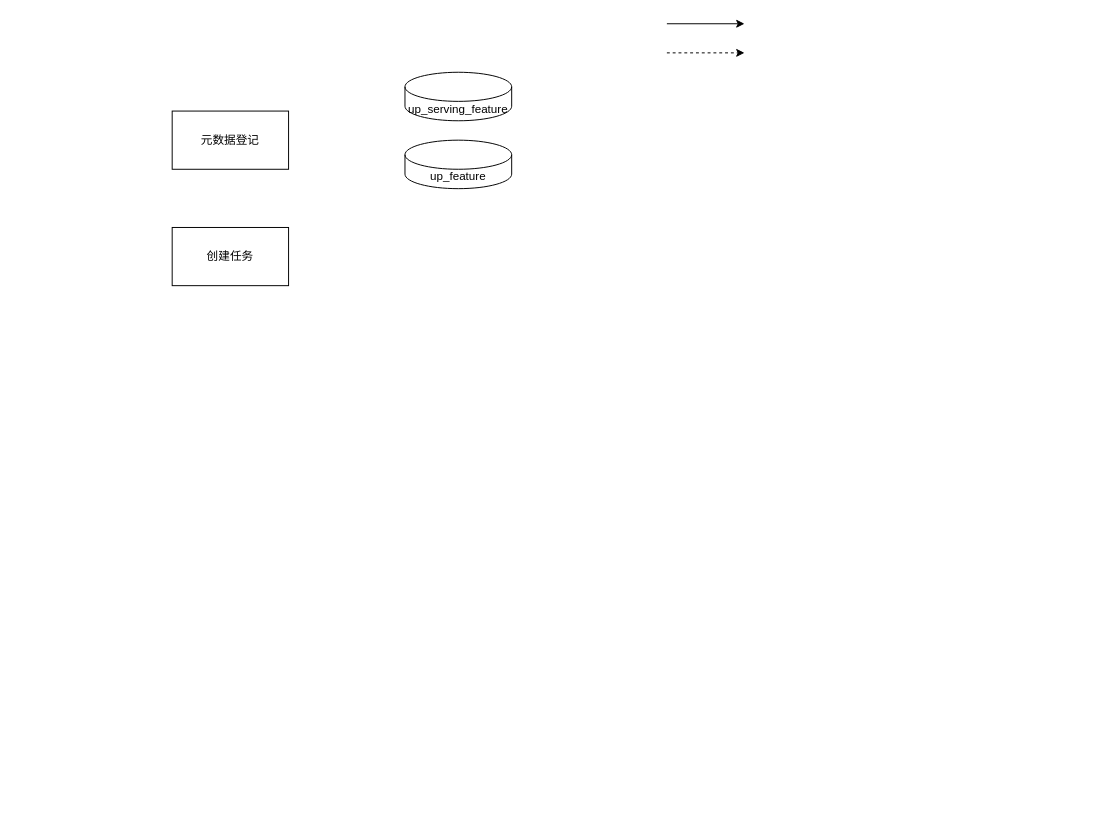
Earlier version of the draw.io diagram control_data_flow_of_writer.drawio (learn2Pro/draw_io_save). Source tidied: cells renumbered, new cells numbered last; positions are measured from the earlier drawing's top-left corner, leaving out a move shared by most shapes. Both pictures are drawn from the tidied source at 97%, with x=0, y=0 at pixel (172, 23).
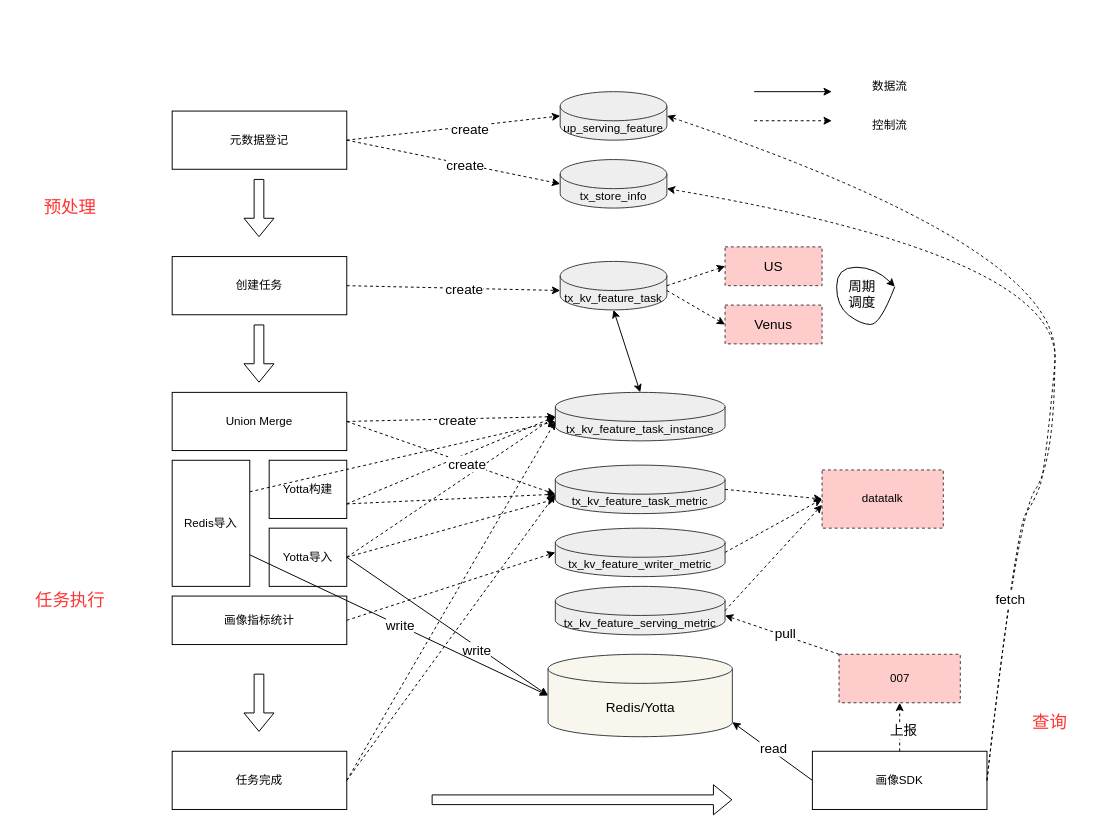
After the change.

The edit, as a diff of the source:
```diff
@@
     <mxCell id="2" value="创建任务" style="rounded=0;whiteSpace=wrap;html=1;" parent="1" vertex="1">
-      <mxGeometry y="210" width="120" height="60" as="geometry" />
+      <mxGeometry y="240" width="180" height="60" as="geometry" />
     </mxCell>
     <mxCell id="3" value="元数据登记" style="rounded=0;whiteSpace=wrap;html=1;" parent="1" vertex="1">
-      <mxGeometry y="90" width="120" height="60" as="geometry" />
+      <mxGeometry y="90" width="180" height="60" as="geometry" />
     </mxCell>
-    <mxCell id="4" value="up_serving_feature" style="shape=cylinder3;whiteSpace=wrap;html=1;boundedLbl=1;backgroundOutline=1;size=15;" parent="1" vertex="1">
-      <mxGeometry x="240" y="50" width="110" height="50" as="geometry" />
+    <mxCell id="4" value="up_serving_feature" style="shape=cylinder3;whiteSpace=wrap;html=1;boundedLbl=1;backgroundOutline=1;size=15;fillColor=#eeeeee;strokeColor=#36393d;" parent="1" vertex="1">
+      <mxGeometry x="400" y="70" width="110" height="50" as="geometry" />
     </mxCell>
-    <mxCell id="5" value="up_feature" style="shape=cylinder3;whiteSpace=wrap;html=1;boundedLbl=1;backgroundOutline=1;size=15;" parent="1" vertex="1">
-      <mxGeometry x="240" y="120" width="110" height="50" as="geometry" />
+    <mxCell id="5" value="tx_store_info" style="shape=cylinder3;whiteSpace=wrap;html=1;boundedLbl=1;backgroundOutline=1;size=15;fillColor=#eeeeee;strokeColor=#36393d;" parent="1" vertex="1">
+      <mxGeometry x="400" y="140" width="110" height="50" as="geometry" />
     </mxCell>
     <mxCell id="6" style="endArrow=classic;html=1;rounded=0;" parent="1" edge="1">
       <mxGeometry relative="1" as="geometry">
-        <mxPoint x="510" as="sourcePoint" />
-        <mxPoint x="590" as="targetPoint" />
+        <mxPoint x="600" y="70" as="sourcePoint" />
+        <mxPoint x="680" y="70" as="targetPoint" />
       </mxGeometry>
     </mxCell>
     <mxCell id="7" style="endArrow=classic;html=1;rounded=0;dashed=1;" parent="1" edge="1">
       <mxGeometry relative="1" as="geometry">
-        <mxPoint x="510" y="30" as="sourcePoint" />
-        <mxPoint x="590" y="30" as="targetPoint" />
+        <mxPoint x="600" y="100" as="sourcePoint" />
+        <mxPoint x="680" y="100" as="targetPoint" />
       </mxGeometry>
     </mxCell>
+    <mxCell id="8" value="数据流" style="text;html=1;strokeColor=none;fillColor=none;align=center;verticalAlign=middle;whiteSpace=wrap;rounded=0;" parent="1" vertex="1">
+      <mxGeometry x="710" y="50" width="60" height="30" as="geometry" />
+    </mxCell>
+    <mxCell id="9" value="控制流" style="text;html=1;strokeColor=none;fillColor=none;align=center;verticalAlign=middle;whiteSpace=wrap;rounded=0;" parent="1" vertex="1">
+      <mxGeometry x="710" y="90" width="60" height="30" as="geometry" />
+    </mxCell>
+    <mxCell id="10" value="Redis导入" style="rounded=0;whiteSpace=wrap;html=1;" parent="1" vertex="1">
+      <mxGeometry y="450" width="80" height="130" as="geometry" />
+    </mxCell>
+    <mxCell id="11" value="Union Merge" style="rounded=0;whiteSpace=wrap;html=1;" parent="1" vertex="1">
+      <mxGeometry y="380" width="180" height="60" as="geometry" />
+    </mxCell>
+    <mxCell id="12" value="Yotta构建" style="rounded=0;whiteSpace=wrap;html=1;" parent="1" vertex="1">
+      <mxGeometry x="100" y="450" width="80" height="60" as="geometry" />
+    </mxCell>
+    <mxCell id="13" value="Yotta导入" style="rounded=0;whiteSpace=wrap;html=1;" parent="1" vertex="1">
+      <mxGeometry x="100" y="520" width="80" height="60" as="geometry" />
+    </mxCell>
+    <mxCell id="14" style="shape=flexArrow;endArrow=classic;html=1;rounded=0;" parent="1" edge="1">
+      <mxGeometry relative="1" as="geometry">
+        <mxPoint x="89.5" y="160" as="sourcePoint" />
+        <mxPoint x="89.5" y="220" as="targetPoint" />
+      </mxGeometry>
+    </mxCell>
+    <mxCell id="15" style="shape=flexArrow;endArrow=classic;html=1;rounded=0;" parent="1" edge="1">
+      <mxGeometry relative="1" as="geometry">
+        <mxPoint x="89.5" y="310" as="sourcePoint" />
+        <mxPoint x="89.5" y="370" as="targetPoint" />
+      </mxGeometry>
+    </mxCell>
+    <mxCell id="16" value="&lt;font style=&quot;font-size: 18px;&quot;&gt;预处理&lt;/font&gt;" style="text;html=1;strokeColor=none;fillColor=none;align=center;verticalAlign=middle;whiteSpace=wrap;rounded=0;fontColor=#FF3333;" parent="1" vertex="1">
+      <mxGeometry x="-160" y="160" width="110" height="60" as="geometry" />
+    </mxCell>
+    <mxCell id="17" value="&lt;span style=&quot;font-size: 18px;&quot;&gt;任务执行&lt;/span&gt;" style="text;html=1;strokeColor=none;fillColor=none;align=center;verticalAlign=middle;whiteSpace=wrap;rounded=0;fontColor=#FF3333;" parent="1" vertex="1">
+      <mxGeometry x="-160" y="380" width="110" height="430" as="geometry" />
+    </mxCell>
+    <mxCell id="18" value="画像指标统计" style="rounded=0;whiteSpace=wrap;html=1;" parent="1" vertex="1">
+      <mxGeometry y="590" width="180" height="50" as="geometry" />
+    </mxCell>
+    <mxCell id="19" value="任务完成" style="rounded=0;whiteSpace=wrap;html=1;" parent="1" vertex="1">
+      <mxGeometry y="750" width="180" height="60" as="geometry" />
+    </mxCell>
+    <mxCell id="20" style="shape=flexArrow;endArrow=classic;html=1;rounded=0;" parent="1" edge="1">
+      <mxGeometry relative="1" as="geometry">
+        <mxPoint x="89.5" y="670" as="sourcePoint" />
+        <mxPoint x="89.5" y="730" as="targetPoint" />
+      </mxGeometry>
+    </mxCell>
+    <mxCell id="21" style="endArrow=classic;html=1;rounded=0;dashed=1;exitX=1;exitY=0.5;exitDx=0;exitDy=0;entryX=0;entryY=0.5;entryDx=0;entryDy=0;entryPerimeter=0;" parent="1" edge="1" source="3" target="4">
+      <mxGeometry relative="1" as="geometry" />
+    </mxCell>
+    <mxCell id="22" value="create" style="edgeLabel;html=1;align=center;verticalAlign=middle;fontSize=14;fontColor=#000000;" parent="21" vertex="1">
+      <mxGeometry x="0.16" y="-3" relative="1" as="geometry">
+        <mxPoint x="-1" as="offset" />
+      </mxGeometry>
+    </mxCell>
+    <mxCell id="23" style="endArrow=classic;html=1;rounded=0;dashed=1;exitX=1;exitY=0.5;exitDx=0;exitDy=0;entryX=0;entryY=0.5;entryDx=0;entryDy=0;entryPerimeter=0;" parent="1" edge="1" source="3" target="5">
+      <mxGeometry relative="1" as="geometry" />
+    </mxCell>
+    <mxCell id="24" value="create" style="edgeLabel;html=1;align=center;verticalAlign=middle;fontSize=14;fontColor=#000000;" parent="23" vertex="1">
+      <mxGeometry x="0.1" y="-1" relative="1" as="geometry" />
+    </mxCell>
+    <mxCell id="25" value="tx_kv_feature_task" style="shape=cylinder3;whiteSpace=wrap;html=1;boundedLbl=1;backgroundOutline=1;size=15;fillColor=#eeeeee;strokeColor=#36393d;" parent="1" vertex="1">
+      <mxGeometry x="400" y="245" width="110" height="50" as="geometry" />
+    </mxCell>
+    <mxCell id="26" style="endArrow=classic;html=1;rounded=0;dashed=1;exitX=1;exitY=0.5;exitDx=0;exitDy=0;entryX=0;entryY=0;entryDx=0;entryDy=30;entryPerimeter=0;" parent="1" edge="1" source="2" target="25">
+      <mxGeometry relative="1" as="geometry" />
+    </mxCell>
+    <mxCell id="27" value="create" style="edgeLabel;html=1;align=center;verticalAlign=middle;fontSize=14;fontColor=#000000;" parent="26" vertex="1">
+      <mxGeometry x="0.1" y="-1" relative="1" as="geometry" />
+    </mxCell>
+    <mxCell id="28" value="tx_kv_feature_task_instance" style="shape=cylinder3;whiteSpace=wrap;html=1;boundedLbl=1;backgroundOutline=1;size=15;fillColor=#eeeeee;strokeColor=#36393d;" parent="1" vertex="1">
+      <mxGeometry x="395" y="380" width="175" height="50" as="geometry" />
+    </mxCell>
+    <mxCell id="29" style="endArrow=classic;html=1;rounded=0;dashed=1;exitX=1;exitY=0.5;exitDx=0;exitDy=0;entryX=0;entryY=0.5;entryDx=0;entryDy=0;entryPerimeter=0;" parent="1" edge="1" source="11" target="28">
+      <mxGeometry relative="1" as="geometry" />
+    </mxCell>
+    <mxCell id="30" value="create" style="edgeLabel;html=1;align=center;verticalAlign=middle;fontSize=14;fontColor=#000000;" parent="29" vertex="1">
+      <mxGeometry x="0.06" y="-1" relative="1" as="geometry" />
+    </mxCell>
+    <mxCell id="31" style="endArrow=classic;html=1;rounded=0;dashed=1;exitX=1;exitY=0.75;exitDx=0;exitDy=0;entryX=0;entryY=0.5;entryDx=0;entryDy=0;entryPerimeter=0;" parent="1" edge="1" source="12" target="28">
+      <mxGeometry relative="1" as="geometry" />
+    </mxCell>
+    <mxCell id="32" style="endArrow=classic;html=1;rounded=0;dashed=1;exitX=1;exitY=0.5;exitDx=0;exitDy=0;entryX=0;entryY=0.5;entryDx=0;entryDy=0;entryPerimeter=0;" parent="1" edge="1" source="13" target="28">
+      <mxGeometry relative="1" as="geometry" />
+    </mxCell>
+    <mxCell id="33" style="endArrow=classic;html=1;rounded=0;dashed=1;exitX=1;exitY=0.25;exitDx=0;exitDy=0;entryX=0;entryY=0;entryDx=0;entryDy=30;entryPerimeter=0;" parent="1" edge="1" source="10" target="28">
+      <mxGeometry relative="1" as="geometry" />
+    </mxCell>
+    <mxCell id="34" value="tx_kv_feature_task_metric" style="shape=cylinder3;whiteSpace=wrap;html=1;boundedLbl=1;backgroundOutline=1;size=15;fillColor=#eeeeee;strokeColor=#36393d;" parent="1" vertex="1">
+      <mxGeometry x="395" y="455" width="175" height="50" as="geometry" />
+    </mxCell>
+    <mxCell id="35" value="tx_kv_feature_writer_metric" style="shape=cylinder3;whiteSpace=wrap;html=1;boundedLbl=1;backgroundOutline=1;size=15;fillColor=#eeeeee;strokeColor=#36393d;" parent="1" vertex="1">
+      <mxGeometry x="395" y="520" width="175" height="50" as="geometry" />
+    </mxCell>
+    <mxCell id="36" value="Redis/Yotta" style="shape=cylinder3;whiteSpace=wrap;html=1;boundedLbl=1;backgroundOutline=1;size=15;fontSize=14;fillColor=#f9f7ed;strokeColor=#36393d;" parent="1" vertex="1">
+      <mxGeometry x="387.5" y="650" width="190" height="85" as="geometry" />
+    </mxCell>
+    <mxCell id="37" value="tx_kv_feature_serving_metric" style="shape=cylinder3;whiteSpace=wrap;html=1;boundedLbl=1;backgroundOutline=1;size=15;fillColor=#eeeeee;strokeColor=#36393d;" parent="1" vertex="1">
+      <mxGeometry x="395" y="580" width="175" height="50" as="geometry" />
+    </mxCell>
+    <mxCell id="38" style="endArrow=classic;startArrow=classic;html=1;rounded=0;fontSize=14;fontColor=#000000;exitX=0.5;exitY=0;exitDx=0;exitDy=0;exitPerimeter=0;entryX=0.5;entryY=1;entryDx=0;entryDy=0;entryPerimeter=0;" parent="1" edge="1" source="28" target="25">
+      <mxGeometry relative="1" as="geometry" />
+    </mxCell>
+    <mxCell id="39" style="endArrow=classic;html=1;rounded=0;dashed=1;exitX=1;exitY=0.5;exitDx=0;exitDy=0;entryX=0;entryY=0;entryDx=0;entryDy=30;entryPerimeter=0;" parent="1" edge="1" source="11" target="34">
+      <mxGeometry relative="1" as="geometry" />
+    </mxCell>
+    <mxCell id="40" value="create" style="edgeLabel;html=1;align=center;verticalAlign=middle;fontSize=14;fontColor=#000000;" parent="39" vertex="1">
+      <mxGeometry x="0.15" relative="1" as="geometry" />
+    </mxCell>
+    <mxCell id="41" style="endArrow=classic;html=1;rounded=0;exitX=1;exitY=0.5;exitDx=0;exitDy=0;entryX=0;entryY=0.5;entryDx=0;entryDy=0;entryPerimeter=0;" parent="1" edge="1" source="13" target="36">
+      <mxGeometry relative="1" as="geometry" />
+    </mxCell>
+    <mxCell id="42" value="write" style="edgeLabel;html=1;align=center;verticalAlign=middle;fontSize=14;fontColor=#000000;" parent="41" vertex="1">
+      <mxGeometry x="0.01" y="-3" relative="1" as="geometry">
+        <mxPoint x="31" y="21" as="offset" />
+      </mxGeometry>
+    </mxCell>
+    <mxCell id="43" style="endArrow=classic;html=1;rounded=0;exitX=1;exitY=0.75;exitDx=0;exitDy=0;entryX=0;entryY=0.5;entryDx=0;entryDy=0;entryPerimeter=0;" parent="1" edge="1" source="10" target="36">
+      <mxGeometry relative="1" as="geometry" />
+    </mxCell>
+    <mxCell id="44" value="write" style="edgeLabel;html=1;align=center;verticalAlign=middle;fontSize=14;fontColor=#000000;" parent="43" vertex="1">
+      <mxGeometry x="0.01" y="-3" relative="1" as="geometry">
+        <mxPoint y="-4" as="offset" />
+      </mxGeometry>
+    </mxCell>
+    <mxCell id="45" style="endArrow=classic;html=1;rounded=0;exitX=0;exitY=0.5;exitDx=0;exitDy=0;entryX=1;entryY=1;entryDx=0;entryDy=-15;entryPerimeter=0;" parent="1" edge="1" source="48" target="36">
+      <mxGeometry relative="1" as="geometry" />
+    </mxCell>
+    <mxCell id="46" value="read" style="edgeLabel;html=1;align=center;verticalAlign=middle;fontSize=14;fontColor=#000000;" parent="45" vertex="1">
+      <mxGeometry x="0.01" y="-3" relative="1" as="geometry" />
+    </mxCell>
+    <mxCell id="47" style="shape=flexArrow;endArrow=classic;html=1;rounded=0;" parent="1" edge="1">
+      <mxGeometry relative="1" as="geometry">
+        <mxPoint x="267.5" y="800" as="sourcePoint" />
+        <mxPoint x="577.5" y="800" as="targetPoint" />
+      </mxGeometry>
+    </mxCell>
+    <mxCell id="48" value="画像SDK" style="rounded=0;whiteSpace=wrap;html=1;" parent="1" vertex="1">
+      <mxGeometry x="660" y="750" width="180" height="60" as="geometry" />
+    </mxCell>
+    <mxCell id="49" value="007" style="rounded=0;whiteSpace=wrap;html=1;dashed=1;fillColor=#ffcccc;strokeColor=#36393d;" parent="1" vertex="1">
+      <mxGeometry x="687.5" y="650" width="125" height="50" as="geometry" />
+    </mxCell>
+    <mxCell id="50" style="endArrow=classic;html=1;rounded=0;dashed=1;exitX=0;exitY=0;exitDx=0;exitDy=0;entryX=1;entryY=0;entryDx=0;entryDy=30;entryPerimeter=0;" parent="1" edge="1" source="49" target="37">
+      <mxGeometry relative="1" as="geometry" />
+    </mxCell>
+    <mxCell id="51" value="pull" style="edgeLabel;html=1;align=center;verticalAlign=middle;fontSize=14;fontColor=#000000;" parent="50" vertex="1">
+      <mxGeometry x="-0.04" y="-2" relative="1" as="geometry" />
+    </mxCell>
+    <mxCell id="52" style="endArrow=classic;html=1;rounded=0;dashed=1;exitX=0.5;exitY=0;exitDx=0;exitDy=0;entryX=0.5;entryY=1;entryDx=0;entryDy=0;" parent="1" edge="1" source="48" target="49">
+      <mxGeometry relative="1" as="geometry" />
+    </mxCell>
+    <mxCell id="53" value="上报" style="edgeLabel;html=1;align=center;verticalAlign=middle;fontSize=14;fontColor=#000000;" parent="52" vertex="1">
+      <mxGeometry x="-0.12" y="-3" relative="1" as="geometry" />
+    </mxCell>
+    <mxCell id="54" style="endArrow=classic;html=1;rounded=0;dashed=1;exitX=1;exitY=0.5;exitDx=0;exitDy=0;entryX=0;entryY=0.5;entryDx=0;entryDy=0;entryPerimeter=0;" parent="1" edge="1" source="18" target="35">
+      <mxGeometry relative="1" as="geometry" />
+    </mxCell>
+    <mxCell id="55" style="endArrow=classic;html=1;rounded=0;dashed=1;exitX=1;exitY=0.5;exitDx=0;exitDy=0;entryX=0;entryY=0;entryDx=0;entryDy=30;entryPerimeter=0;" parent="1" edge="1" source="19" target="34">
+      <mxGeometry relative="1" as="geometry" />
+    </mxCell>
+    <mxCell id="56" value="&lt;font style=&quot;font-size: 18px;&quot;&gt;查询&lt;/font&gt;" style="text;html=1;strokeColor=none;fillColor=none;align=center;verticalAlign=middle;whiteSpace=wrap;rounded=0;fontColor=#FF3333;" parent="1" vertex="1">
+      <mxGeometry x="850" y="690" width="110" height="60" as="geometry" />
+    </mxCell>
+    <mxCell id="57" value="US" style="rounded=0;whiteSpace=wrap;html=1;dashed=1;fontSize=14;fillColor=#ffcccc;strokeColor=#36393d;" parent="1" vertex="1">
+      <mxGeometry x="570" y="230" width="100" height="40" as="geometry" />
+    </mxCell>
+    <mxCell id="58" value="Venus" style="rounded=0;whiteSpace=wrap;html=1;dashed=1;fontSize=14;fillColor=#ffcccc;strokeColor=#36393d;" parent="1" vertex="1">
+      <mxGeometry x="570" y="290" width="100" height="40" as="geometry" />
+    </mxCell>
+    <mxCell id="59" style="endArrow=classic;html=1;rounded=0;dashed=1;exitX=1;exitY=0.5;exitDx=0;exitDy=0;entryX=0;entryY=0.5;entryDx=0;entryDy=0;exitPerimeter=0;" parent="1" edge="1" source="25" target="57">
+      <mxGeometry relative="1" as="geometry" />
+    </mxCell>
+    <mxCell id="60" style="endArrow=classic;html=1;rounded=0;dashed=1;exitX=1;exitY=0;exitDx=0;exitDy=30;entryX=0;entryY=0.5;entryDx=0;entryDy=0;exitPerimeter=0;" parent="1" edge="1" source="25" target="58">
+      <mxGeometry relative="1" as="geometry" />
+    </mxCell>
+    <mxCell id="61" style="curved=1;endArrow=classic;html=1;rounded=0;fontSize=14;fontColor=#000000;" parent="1" edge="1">
+      <mxGeometry relative="1" as="geometry">
+        <mxPoint x="745" y="271" as="sourcePoint" />
+        <mxPoint x="745" y="271" as="targetPoint" />
+        <Array as="points">
+          <mxPoint x="730" y="310" />
+          <mxPoint x="710" y="310" />
+          <mxPoint x="685" y="291" />
+          <mxPoint x="685" y="251" />
+          <mxPoint x="725" y="251" />
+        </Array>
+      </mxGeometry>
+    </mxCell>
+    <mxCell id="62" value="周期&lt;br&gt;调度" style="edgeLabel;html=1;align=center;verticalAlign=middle;fontSize=14;fontColor=#000000;" parent="61" vertex="1">
+      <mxGeometry x="-0.13" y="-1" relative="1" as="geometry">
+        <mxPoint x="21" y="-15" as="offset" />
+      </mxGeometry>
+    </mxCell>
+    <mxCell id="63" style="curved=1;endArrow=classic;html=1;rounded=0;fontSize=14;fontColor=#000000;exitX=1;exitY=0.5;exitDx=0;exitDy=0;entryX=1;entryY=0.5;entryDx=0;entryDy=0;entryPerimeter=0;dashed=1;" parent="1" edge="1" source="48" target="4">
+      <mxGeometry relative="1" as="geometry">
+        <Array as="points">
+          <mxPoint x="870" y="510" />
+          <mxPoint x="910" y="450" />
+          <mxPoint x="910" y="230" />
+        </Array>
+      </mxGeometry>
+    </mxCell>
+    <mxCell id="64" style="curved=1;endArrow=classic;html=1;rounded=0;fontSize=14;fontColor=#000000;exitX=1;exitY=0.5;exitDx=0;exitDy=0;entryX=1;entryY=0;entryDx=0;entryDy=30;entryPerimeter=0;dashed=1;" parent="1" edge="1" source="48" target="5">
+      <mxGeometry relative="1" as="geometry">
+        <Array as="points">
+          <mxPoint x="870" y="520" />
+          <mxPoint x="890" y="490" />
+          <mxPoint x="900" y="460" />
+          <mxPoint x="920" y="240" />
+        </Array>
+      </mxGeometry>
+    </mxCell>
+    <mxCell id="65" value="fetch" style="edgeLabel;html=1;align=center;verticalAlign=middle;fontSize=14;fontColor=#000000;" parent="64" vertex="1">
+      <mxGeometry x="-0.61" y="-2" relative="1" as="geometry" />
+    </mxCell>
+    <mxCell id="66" style="endArrow=classic;html=1;rounded=0;dashed=1;exitX=1;exitY=0.5;exitDx=0;exitDy=0;entryX=0;entryY=0;entryDx=0;entryDy=30;entryPerimeter=0;" parent="1" edge="1" source="19" target="28">
+      <mxGeometry relative="1" as="geometry" />
+    </mxCell>
+    <mxCell id="67" style="endArrow=classic;html=1;rounded=0;dashed=1;exitX=1;exitY=0.5;exitDx=0;exitDy=0;entryX=0;entryY=1;entryDx=0;entryDy=-15;entryPerimeter=0;" parent="1" edge="1" source="13" target="34">
+      <mxGeometry relative="1" as="geometry" />
+    </mxCell>
+    <mxCell id="68" style="endArrow=classic;html=1;rounded=0;dashed=1;exitX=1;exitY=0.75;exitDx=0;exitDy=0;entryX=0;entryY=0;entryDx=0;entryDy=30;entryPerimeter=0;" parent="1" edge="1" source="12" target="34">
+      <mxGeometry relative="1" as="geometry" />
+    </mxCell>
+    <mxCell id="69" value="datatalk" style="rounded=0;whiteSpace=wrap;html=1;dashed=1;fillColor=#ffcccc;strokeColor=#36393d;" parent="1" vertex="1">
+      <mxGeometry x="670" y="460" width="125" height="60" as="geometry" />
+    </mxCell>
+    <mxCell id="70" style="endArrow=classic;html=1;rounded=0;dashed=1;exitX=1;exitY=0.5;exitDx=0;exitDy=0;entryX=0;entryY=0.5;entryDx=0;entryDy=0;exitPerimeter=0;" parent="1" edge="1" source="34" target="69">
+      <mxGeometry relative="1" as="geometry" />
+    </mxCell>
+    <mxCell id="71" style="endArrow=classic;html=1;rounded=0;dashed=1;exitX=1;exitY=0.5;exitDx=0;exitDy=0;entryX=0;entryY=0.5;entryDx=0;entryDy=0;exitPerimeter=0;" parent="1" edge="1" source="35" target="69">
+      <mxGeometry relative="1" as="geometry" />
+    </mxCell>
+    <mxCell id="72" style="endArrow=classic;html=1;rounded=0;dashed=1;exitX=1;exitY=0.5;exitDx=0;exitDy=0;entryX=0;entryY=0.6;entryDx=0;entryDy=0;exitPerimeter=0;entryPerimeter=0;" parent="1" edge="1" source="37" target="69">
+      <mxGeometry relative="1" as="geometry" />
+    </mxCell>
```
